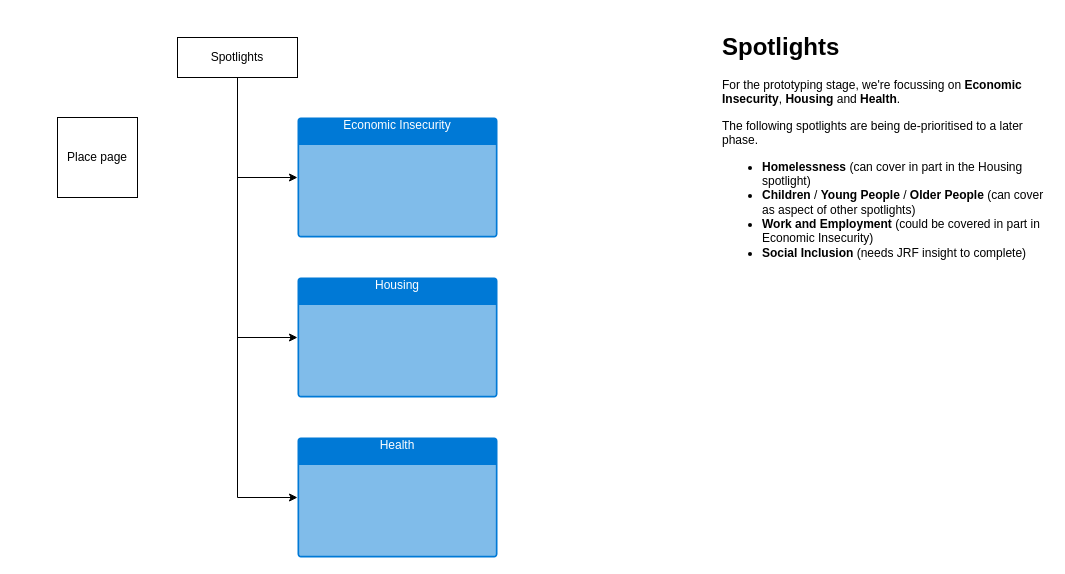
Earlier version of the draw.io diagram page "Site Map" (1 of 2) of resources/wireframe.drawio (open-innovations/jrf-insight). Source tidied: cells renumbered, new cells numbered last; positions are measured from the earlier drawing's top-left corner, leaving out a move shared by most shapes. Both pictures are drawn from the tidied source at 100%, with x=0, y=0 at pixel (57, 27).
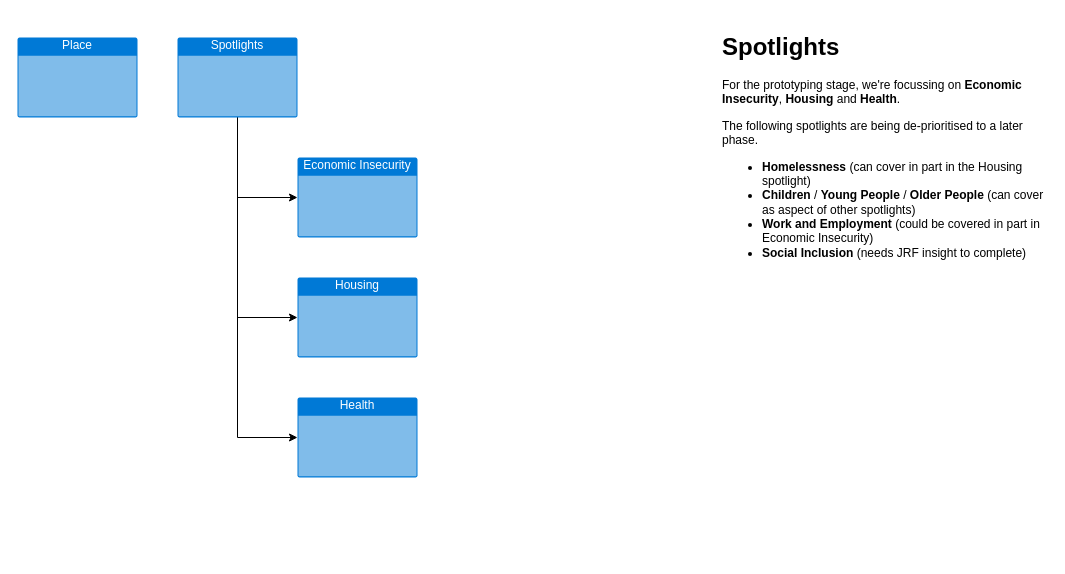
The same diagram, later.

Diff of the diagram source:
```diff
@@
 <mxGraphModel>
   <root>
     <mxCell id="0" />
     <mxCell id="1" parent="0" />
-    <mxCell id="2" value="Place page" style="whiteSpace=wrap;html=1;" parent="1" vertex="1">
-      <mxGeometry y="90" width="80" height="80" as="geometry" />
-    </mxCell>
-    <mxCell id="3" style="edgeStyle=orthogonalEdgeStyle;rounded=0;jettySize=auto;html=1;entryX=0;entryY=0.5;entryDx=0;entryDy=0;entryPerimeter=0;" parent="1" edge="1" source="6" target="7">
+    <mxCell id="3" style="edgeStyle=orthogonalEdgeStyle;rounded=0;jettySize=auto;html=1;entryX=0;entryY=0.5;entryDx=0;entryDy=0;entryPerimeter=0;exitX=0.5;exitY=1;exitDx=0;exitDy=0;exitPerimeter=0;" parent="1" edge="1" source="6" target="7">
       <mxGeometry relative="1" as="geometry">
         <Array as="points">
+          <mxPoint x="180" y="70" />
           <mxPoint x="180" y="150" />
         </Array>
       </mxGeometry>
     </mxCell>
-    <mxCell id="4" style="edgeStyle=orthogonalEdgeStyle;rounded=0;jettySize=auto;html=1;entryX=0;entryY=0.5;entryDx=0;entryDy=0;entryPerimeter=0;" parent="1" edge="1" source="6" target="8">
+    <mxCell id="4" style="edgeStyle=orthogonalEdgeStyle;rounded=0;jettySize=auto;html=1;entryX=0;entryY=0.5;entryDx=0;entryDy=0;entryPerimeter=0;exitX=0.5;exitY=1;exitDx=0;exitDy=0;exitPerimeter=0;" parent="1" edge="1" source="6" target="8">
       <mxGeometry relative="1" as="geometry" />
     </mxCell>
-    <mxCell id="5" style="edgeStyle=orthogonalEdgeStyle;rounded=0;jettySize=auto;html=1;entryX=0;entryY=0.5;entryDx=0;entryDy=0;entryPerimeter=0;" parent="1" edge="1" source="6" target="9">
+    <mxCell id="5" style="edgeStyle=orthogonalEdgeStyle;rounded=0;jettySize=auto;html=1;entryX=0;entryY=0.5;entryDx=0;entryDy=0;entryPerimeter=0;exitX=0.5;exitY=1;exitDx=0;exitDy=0;exitPerimeter=0;" parent="1" edge="1" source="6" target="9">
       <mxGeometry relative="1" as="geometry" />
     </mxCell>
-    <mxCell id="6" value="Spotlights" style="rounded=0;whiteSpace=wrap;html=1;" parent="1" vertex="1">
-      <mxGeometry x="120" y="10" width="120" height="40" as="geometry" />
-    </mxCell>
     <mxCell id="7" value="Economic Insecurity" style="html=1;whiteSpace=wrap;strokeColor=none;fillColor=#0079D6;labelPosition=center;verticalLabelPosition=middle;verticalAlign=top;align=center;fontSize=12;outlineConnect=0;spacingTop=-6;fontColor=#FFFFFF;sketch=0;shape=mxgraph.sitemap.page;" parent="1" vertex="1">
-      <mxGeometry x="240" y="90" width="200" height="120" as="geometry" />
+      <mxGeometry x="240" y="130" width="120" height="80" as="geometry" />
     </mxCell>
     <mxCell id="8" value="Housing" style="html=1;whiteSpace=wrap;strokeColor=none;fillColor=#0079D6;labelPosition=center;verticalLabelPosition=middle;verticalAlign=top;align=center;fontSize=12;outlineConnect=0;spacingTop=-6;fontColor=#FFFFFF;sketch=0;shape=mxgraph.sitemap.page;" parent="1" vertex="1">
-      <mxGeometry x="240" y="250" width="200" height="120" as="geometry" />
+      <mxGeometry x="240" y="250" width="120" height="80" as="geometry" />
     </mxCell>
     <mxCell id="9" value="Health" style="html=1;whiteSpace=wrap;strokeColor=none;fillColor=#0079D6;labelPosition=center;verticalLabelPosition=middle;verticalAlign=top;align=center;fontSize=12;outlineConnect=0;spacingTop=-6;fontColor=#FFFFFF;sketch=0;shape=mxgraph.sitemap.page;" parent="1" vertex="1">
-      <mxGeometry x="240" y="410" width="200" height="120" as="geometry" />
+      <mxGeometry x="240" y="370" width="120" height="80" as="geometry" />
     </mxCell>
     <mxCell id="10" value="&lt;h1&gt;Spotlights&lt;/h1&gt;&lt;p&gt;For the prototyping stage, we're focussing on &lt;b&gt;Economic Insecurity&lt;/b&gt;, &lt;b&gt;Housing&lt;/b&gt; and &lt;b&gt;Health&lt;/b&gt;.&lt;/p&gt;&lt;p&gt;The following spotlights are being de-prioritised to a later phase.&lt;/p&gt;&lt;p&gt;&lt;/p&gt;&lt;ul&gt;&lt;li&gt;&lt;b&gt;Homelessness&lt;/b&gt; (can cover in part in the Housing spotlight)&lt;/li&gt;&lt;li&gt;&lt;b&gt;Children&lt;/b&gt; / &lt;b&gt;Young People&lt;/b&gt; / &lt;b&gt;Older People&lt;/b&gt; (can cover as aspect of other spotlights)&lt;/li&gt;&lt;li&gt;&lt;b&gt;Work and Employment&lt;/b&gt; (could be covered in part in Economic Insecurity)&lt;/li&gt;&lt;li&gt;&lt;b&gt;Social Inclusion&lt;/b&gt; (needs JRF insight to complete)&lt;/li&gt;&lt;/ul&gt;&lt;p&gt;&lt;/p&gt;" style="text;html=1;strokeColor=none;fillColor=none;spacing=5;spacingTop=-20;whiteSpace=wrap;overflow=hidden;rounded=0;" parent="1" vertex="1">
       <mxGeometry x="660" width="330" height="240" as="geometry" />
     </mxCell>
+    <mxCell id="6" value="Spotlights" style="html=1;whiteSpace=wrap;strokeColor=none;fillColor=#0079D6;labelPosition=center;verticalLabelPosition=middle;verticalAlign=top;align=center;fontSize=12;outlineConnect=0;spacingTop=-6;fontColor=#FFFFFF;sketch=0;shape=mxgraph.sitemap.page;" parent="1" vertex="1">
+      <mxGeometry x="120" y="10" width="120" height="80" as="geometry" />
+    </mxCell>
+    <mxCell id="11" value="Place" style="html=1;whiteSpace=wrap;strokeColor=none;fillColor=#0079D6;labelPosition=center;verticalLabelPosition=middle;verticalAlign=top;align=center;fontSize=12;spacingTop=-6;fontColor=#FFFFFF;sketch=0;shape=mxgraph.sitemap.page;" parent="1" vertex="1">
+      <mxGeometry x="-40" y="10" width="120" height="80" as="geometry" />
+    </mxCell>
   </root>
 </mxGraphModel>
```
